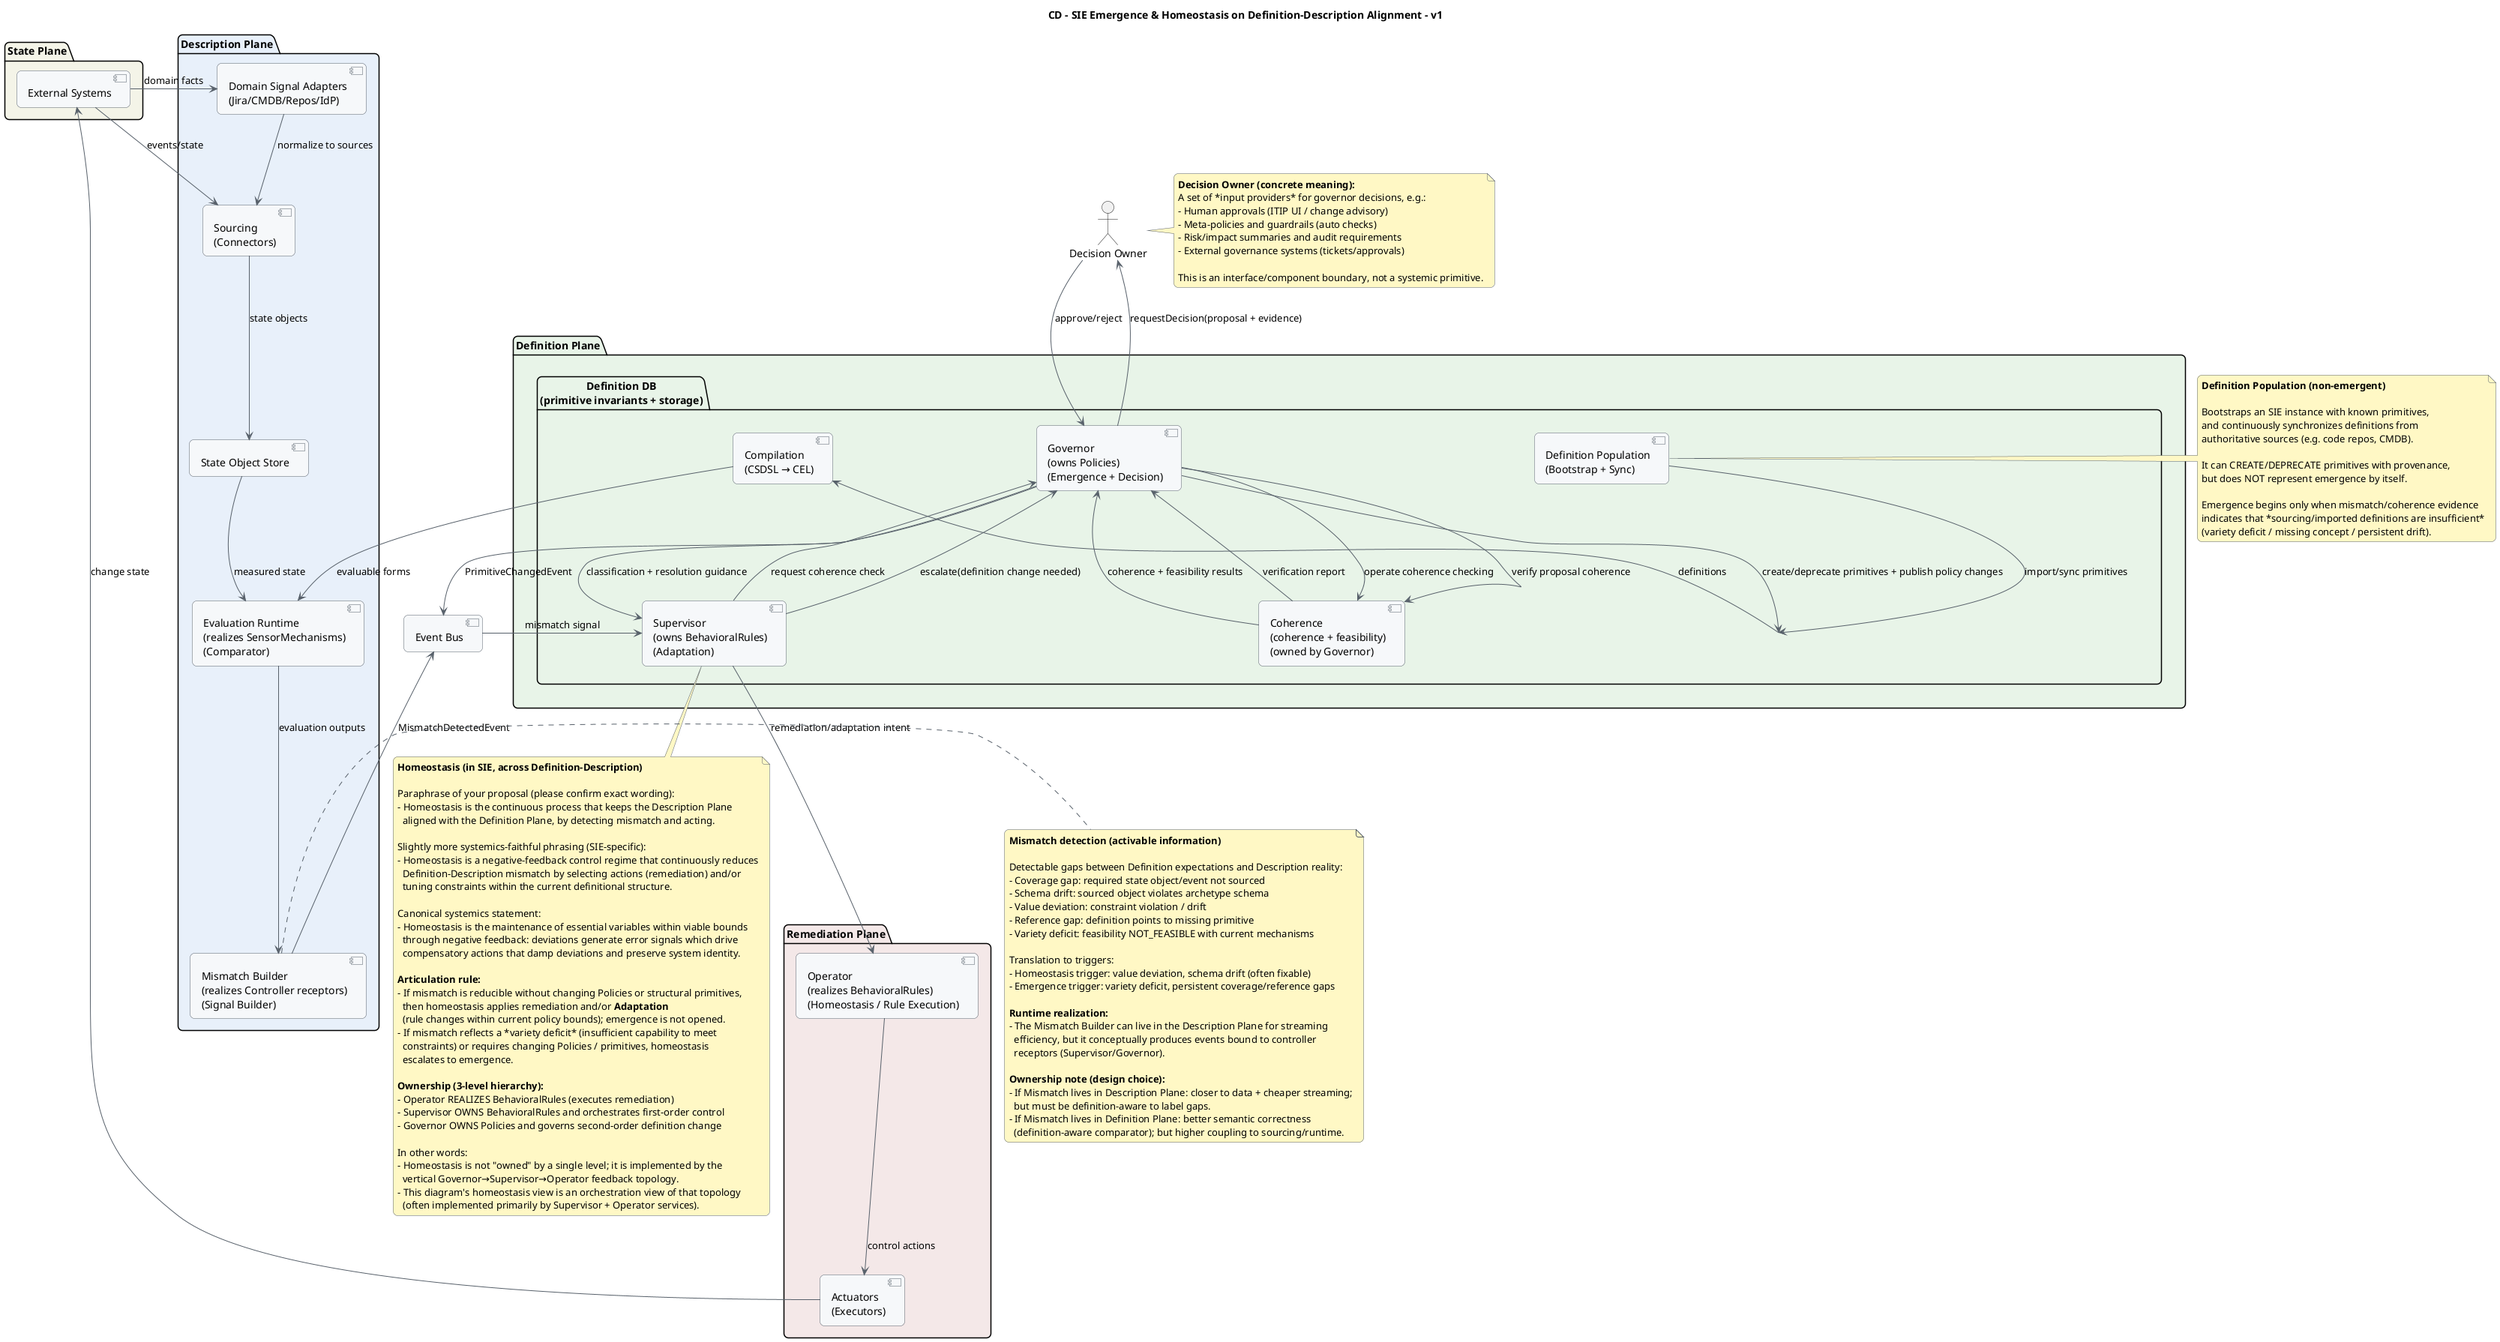
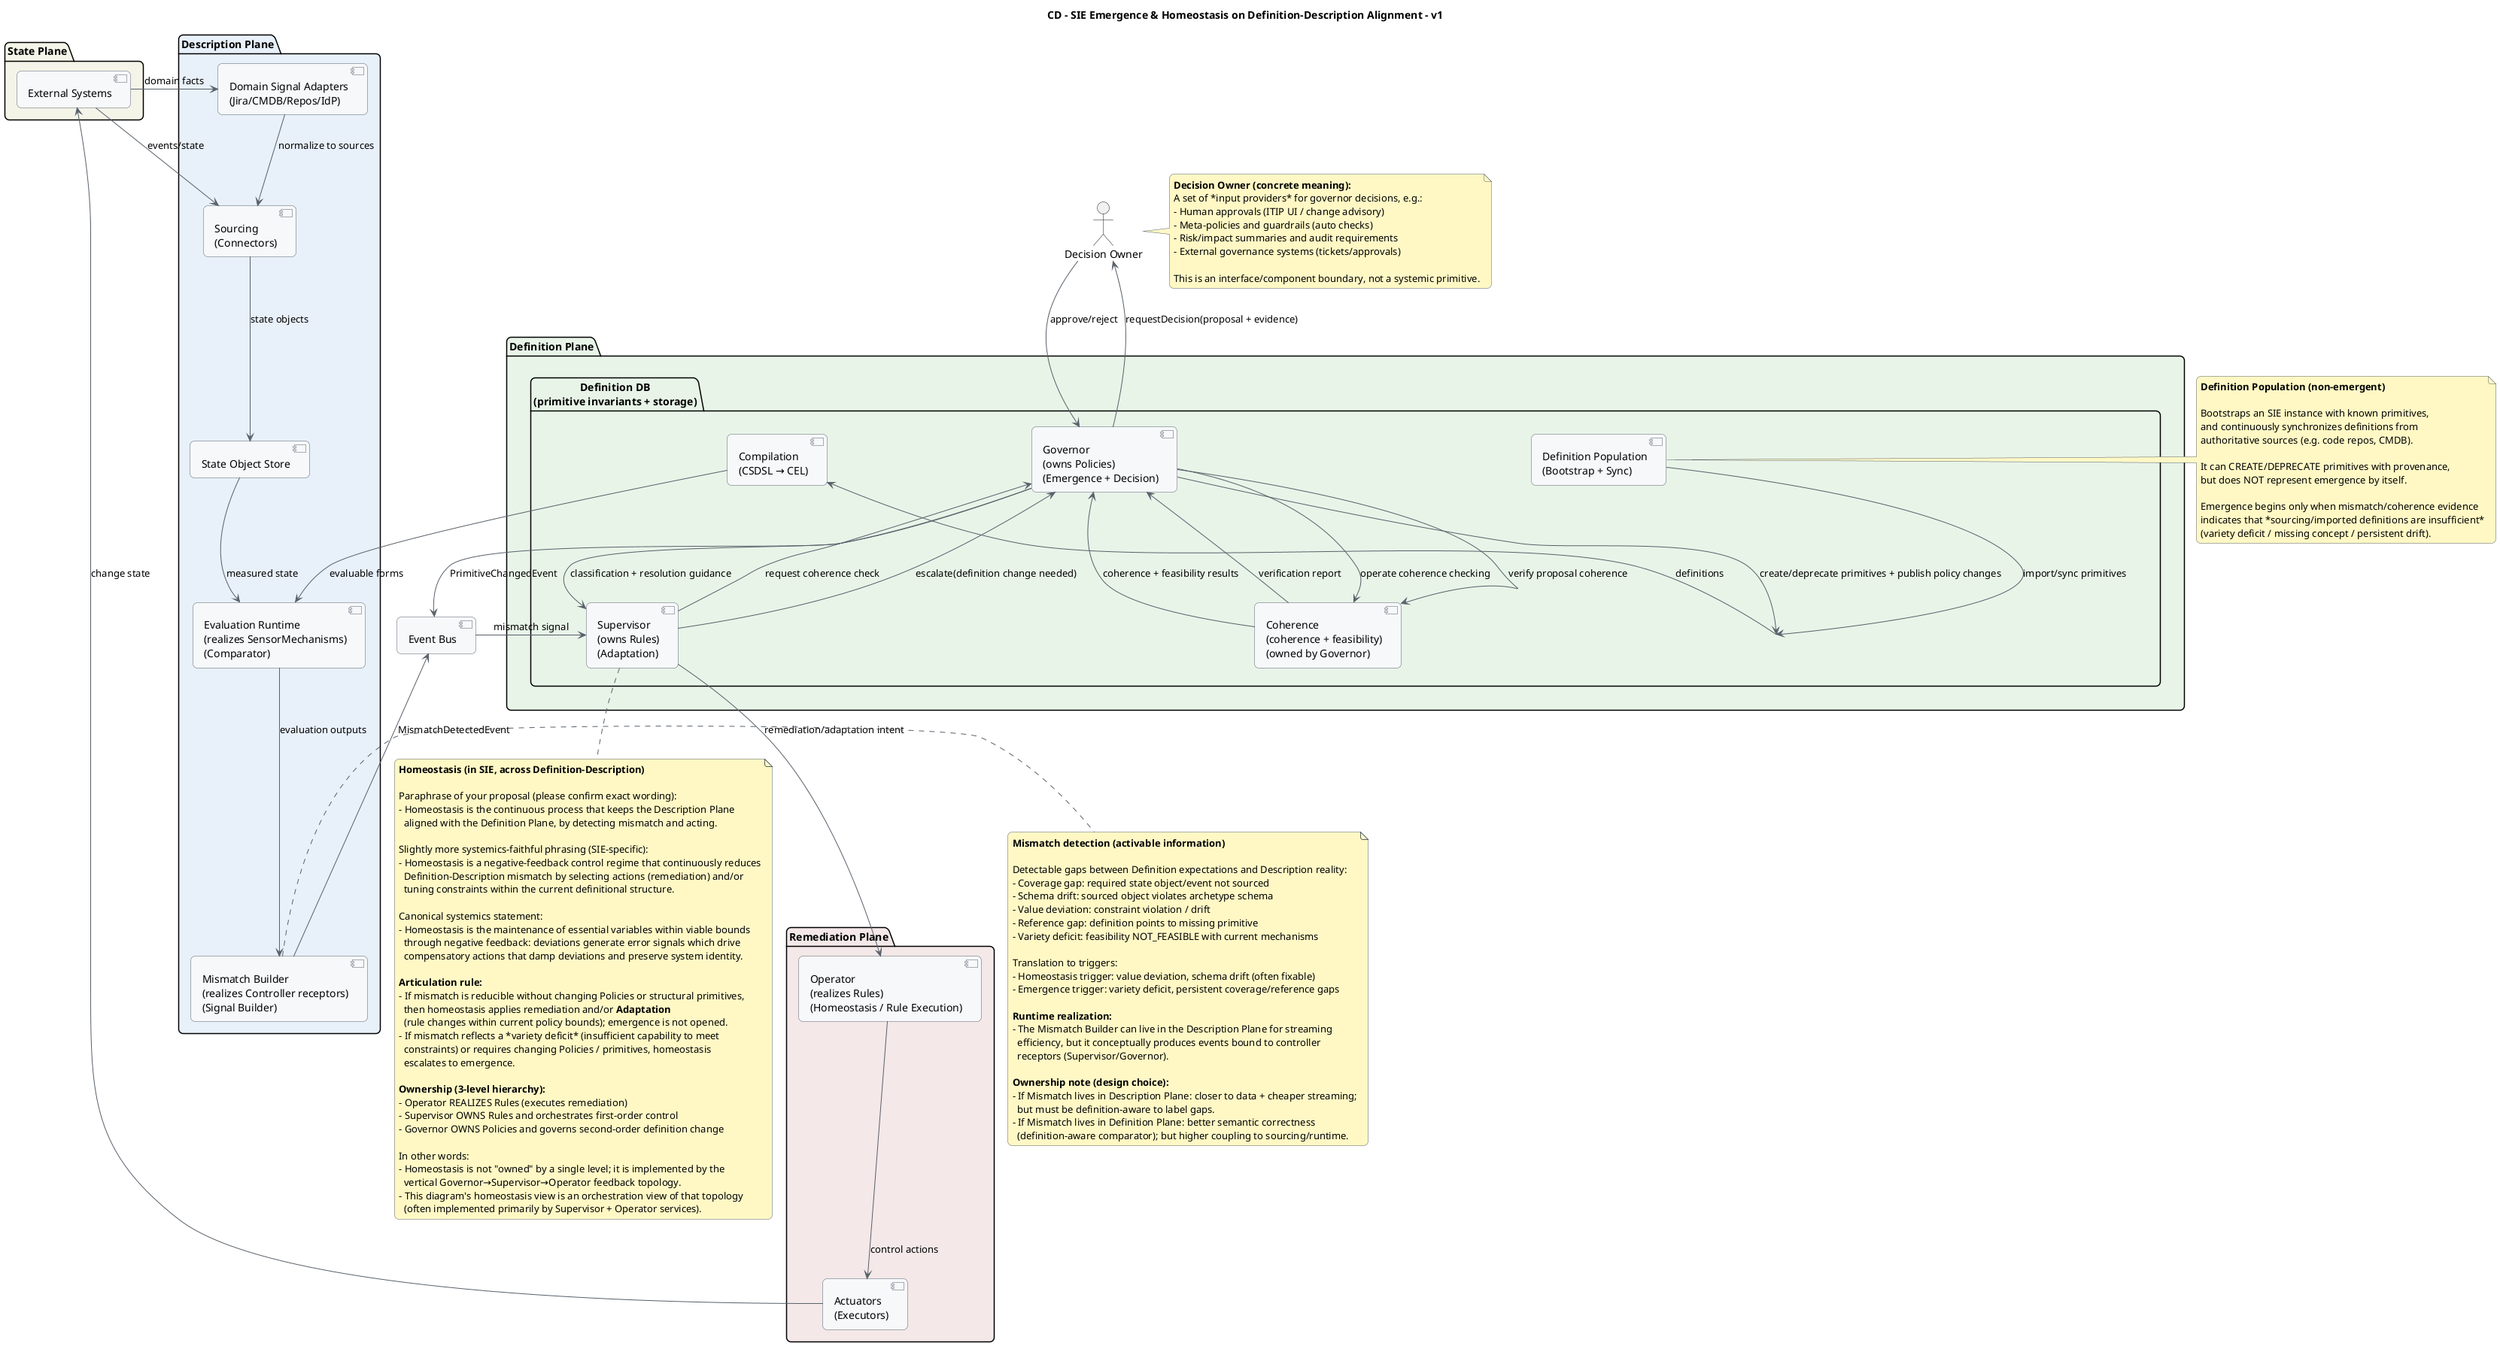
@startuml sie-emergence-components-v1

' ============================================================
' VISUAL THEME
' ============================================================

skinparam shadowing false
skinparam roundcorner 12
skinparam ArrowColor #57606A
skinparam DefaultFontName "SansSerif"
skinparam backgroundColor #FFFFFF

skinparam componentBackgroundColor #F6F8FA
skinparam componentBorderColor #57606A
skinparam noteBackgroundColor #FFF8C5
skinparam noteBorderColor #57606A

title CD - SIE Emergence & Homeostasis on Definition–Description Alignment - v1

' ============================================================
' COMPONENT VIEW
'
' Purpose: make explicit how homeostasis and emergence articulate across
' Definition ↔ Description interactions.
' ============================================================

package "Definition Plane" as DefPlane #E8F4E8 {
  package "Definition DB\n(primitive invariants + storage)" as SDM #E8F4E8 {
    [Compilation\n(CSDSL → CEL)] as Compiler
    [Governor\n(owns Policies)\n(Emergence + Decision)] as Governor
-     [Supervisor\n(owns BehavioralRules)\n(Adaptation)] as Supervisor
+     [Supervisor\n(owns Rules)\n(Adaptation)] as Supervisor
    [Coherence\n(coherence + feasibility)\n(owned by Governor)] as Coherence
    [Definition Population\n(Bootstrap + Sync)] as DefPop
  }
}

actor "Decision Owner" as DecisionOwner

package "Description Plane" as DescPlane #E8F0FA {
  [Sourcing\n(Connectors)] as Sourcing
  [Domain Signal Adapters\n(Jira/CMDB/Repos/IdP)] as Signals
  [State Object Store] as StateStore
  [Evaluation Runtime\n(realizes SensorMechanisms)\n(Comparator)] as Comparator
  [Mismatch Builder\n(realizes Controller receptors)\n(Signal Builder)] as Mismatch
}

package "Remediation Plane" as RemPlane #F4E8E8 {
-   [Operator\n(realizes BehavioralRules)\n(Homeostasis / Rule Execution)] as RuleEngine
+   [Operator\n(realizes Rules)\n(Homeostasis / Rule Execution)] as RuleEngine
  [Actuators\n(Executors)] as Actuators
}

package "State Plane" as StatePlane #F4F4E8 {
  [External Systems] as Ext
}

[Event Bus] as Bus

' ============================================================
' INFORMATION FLOWS
' ============================================================

SDM --> Compiler : definitions
Compiler --> Comparator : evaluable forms

Ext --> Sourcing : events/state
Ext --> Signals : domain facts
Signals --> Sourcing : normalize to sources
Sourcing --> StateStore : state objects
StateStore --> Comparator : measured state

Comparator --> Mismatch : evaluation outputs
Mismatch --> Bus : MismatchDetectedEvent

Bus --> Supervisor : mismatch signal
Supervisor --> RuleEngine : remediation/adaptation intent
RuleEngine --> Actuators : control actions
Actuators --> Ext : change state

Supervisor --> Governor : request coherence check
Governor --> Coherence : operate coherence checking
Coherence --> Governor : coherence + feasibility results
Governor --> Supervisor : classification + resolution guidance

Supervisor --> Governor : escalate(definition change needed)
Governor --> DecisionOwner : requestDecision(proposal + evidence)
DecisionOwner --> Governor : approve/reject
Governor --> Coherence : verify proposal coherence
Coherence --> Governor : verification report
Governor --> SDM : create/deprecate primitives + publish policy changes
Governor --> Bus : PrimitiveChangedEvent

DefPop --> SDM : import/sync primitives
note right of DefPop
  **Definition Population (non-emergent)**

  Bootstraps an SIE instance with known primitives,
  and continuously synchronizes definitions from
  authoritative sources (e.g. code repos, CMDB).

  It can CREATE/DEPRECATE primitives with provenance,
  but does NOT represent emergence by itself.

  Emergence begins only when mismatch/coherence evidence
  indicates that *sourcing/imported definitions are insufficient*
  (variety deficit / missing concept / persistent drift).
end note

note right of DecisionOwner
  **Decision Owner (concrete meaning):**
  A set of *input providers* for governor decisions, e.g.:
  - Human approvals (ITIP UI / change advisory)
  - Meta-policies and guardrails (auto checks)
  - Risk/impact summaries and audit requirements
  - External governance systems (tickets/approvals)

  This is an interface/component boundary, not a systemic primitive.
end note

' ============================================================
' HOMEOSTASIS / EMERGENCE ARTICULATION (TEXT)
' ============================================================

note bottom of Supervisor
  **Homeostasis (in SIE, across Definition–Description)**

  Paraphrase of your proposal (please confirm exact wording):
  - Homeostasis is the continuous process that keeps the Description Plane
    aligned with the Definition Plane, by detecting mismatch and acting.

  Slightly more systemics-faithful phrasing (SIE-specific):
  - Homeostasis is a negative-feedback control regime that continuously reduces
    Definition–Description mismatch by selecting actions (remediation) and/or
    tuning constraints within the current definitional structure.

  Canonical systemics statement:
  - Homeostasis is the maintenance of essential variables within viable bounds
    through negative feedback: deviations generate error signals which drive
    compensatory actions that damp deviations and preserve system identity.

  **Articulation rule:**
  - If mismatch is reducible without changing Policies or structural primitives,
    then homeostasis applies remediation and/or **Adaptation**
    (rule changes within current policy bounds); emergence is not opened.
  - If mismatch reflects a *variety deficit* (insufficient capability to meet
    constraints) or requires changing Policies / primitives, homeostasis
    escalates to emergence.

  **Ownership (3-level hierarchy):**
-   - Operator REALIZES BehavioralRules (executes remediation)
-   - Supervisor OWNS BehavioralRules and orchestrates first-order control
+   - Operator REALIZES Rules (executes remediation)
+   - Supervisor OWNS Rules and orchestrates first-order control
  - Governor OWNS Policies and governs second-order definition change

  In other words:
  - Homeostasis is not "owned" by a single level; it is implemented by the
    vertical Governor→Supervisor→Operator feedback topology.
  - This diagram's homeostasis view is an orchestration view of that topology
    (often implemented primarily by Supervisor + Operator services).
end note

note right of Mismatch
  **Mismatch detection (activable information)**

  Detectable gaps between Definition expectations and Description reality:
  - Coverage gap: required state object/event not sourced
  - Schema drift: sourced object violates archetype schema
  - Value deviation: constraint violation / drift
  - Reference gap: definition points to missing primitive
  - Variety deficit: feasibility NOT_FEASIBLE with current mechanisms

  Translation to triggers:
  - Homeostasis trigger: value deviation, schema drift (often fixable)
  - Emergence trigger: variety deficit, persistent coverage/reference gaps

  **Runtime realization:**
  - The Mismatch Builder can live in the Description Plane for streaming
    efficiency, but it conceptually produces events bound to controller
    receptors (Supervisor/Governor).

  **Ownership note (design choice):**
  - If Mismatch lives in Description Plane: closer to data + cheaper streaming;
    but must be definition-aware to label gaps.
  - If Mismatch lives in Definition Plane: better semantic correctness
    (definition-aware comparator); but higher coupling to sourcing/runtime.
end note

@enduml
